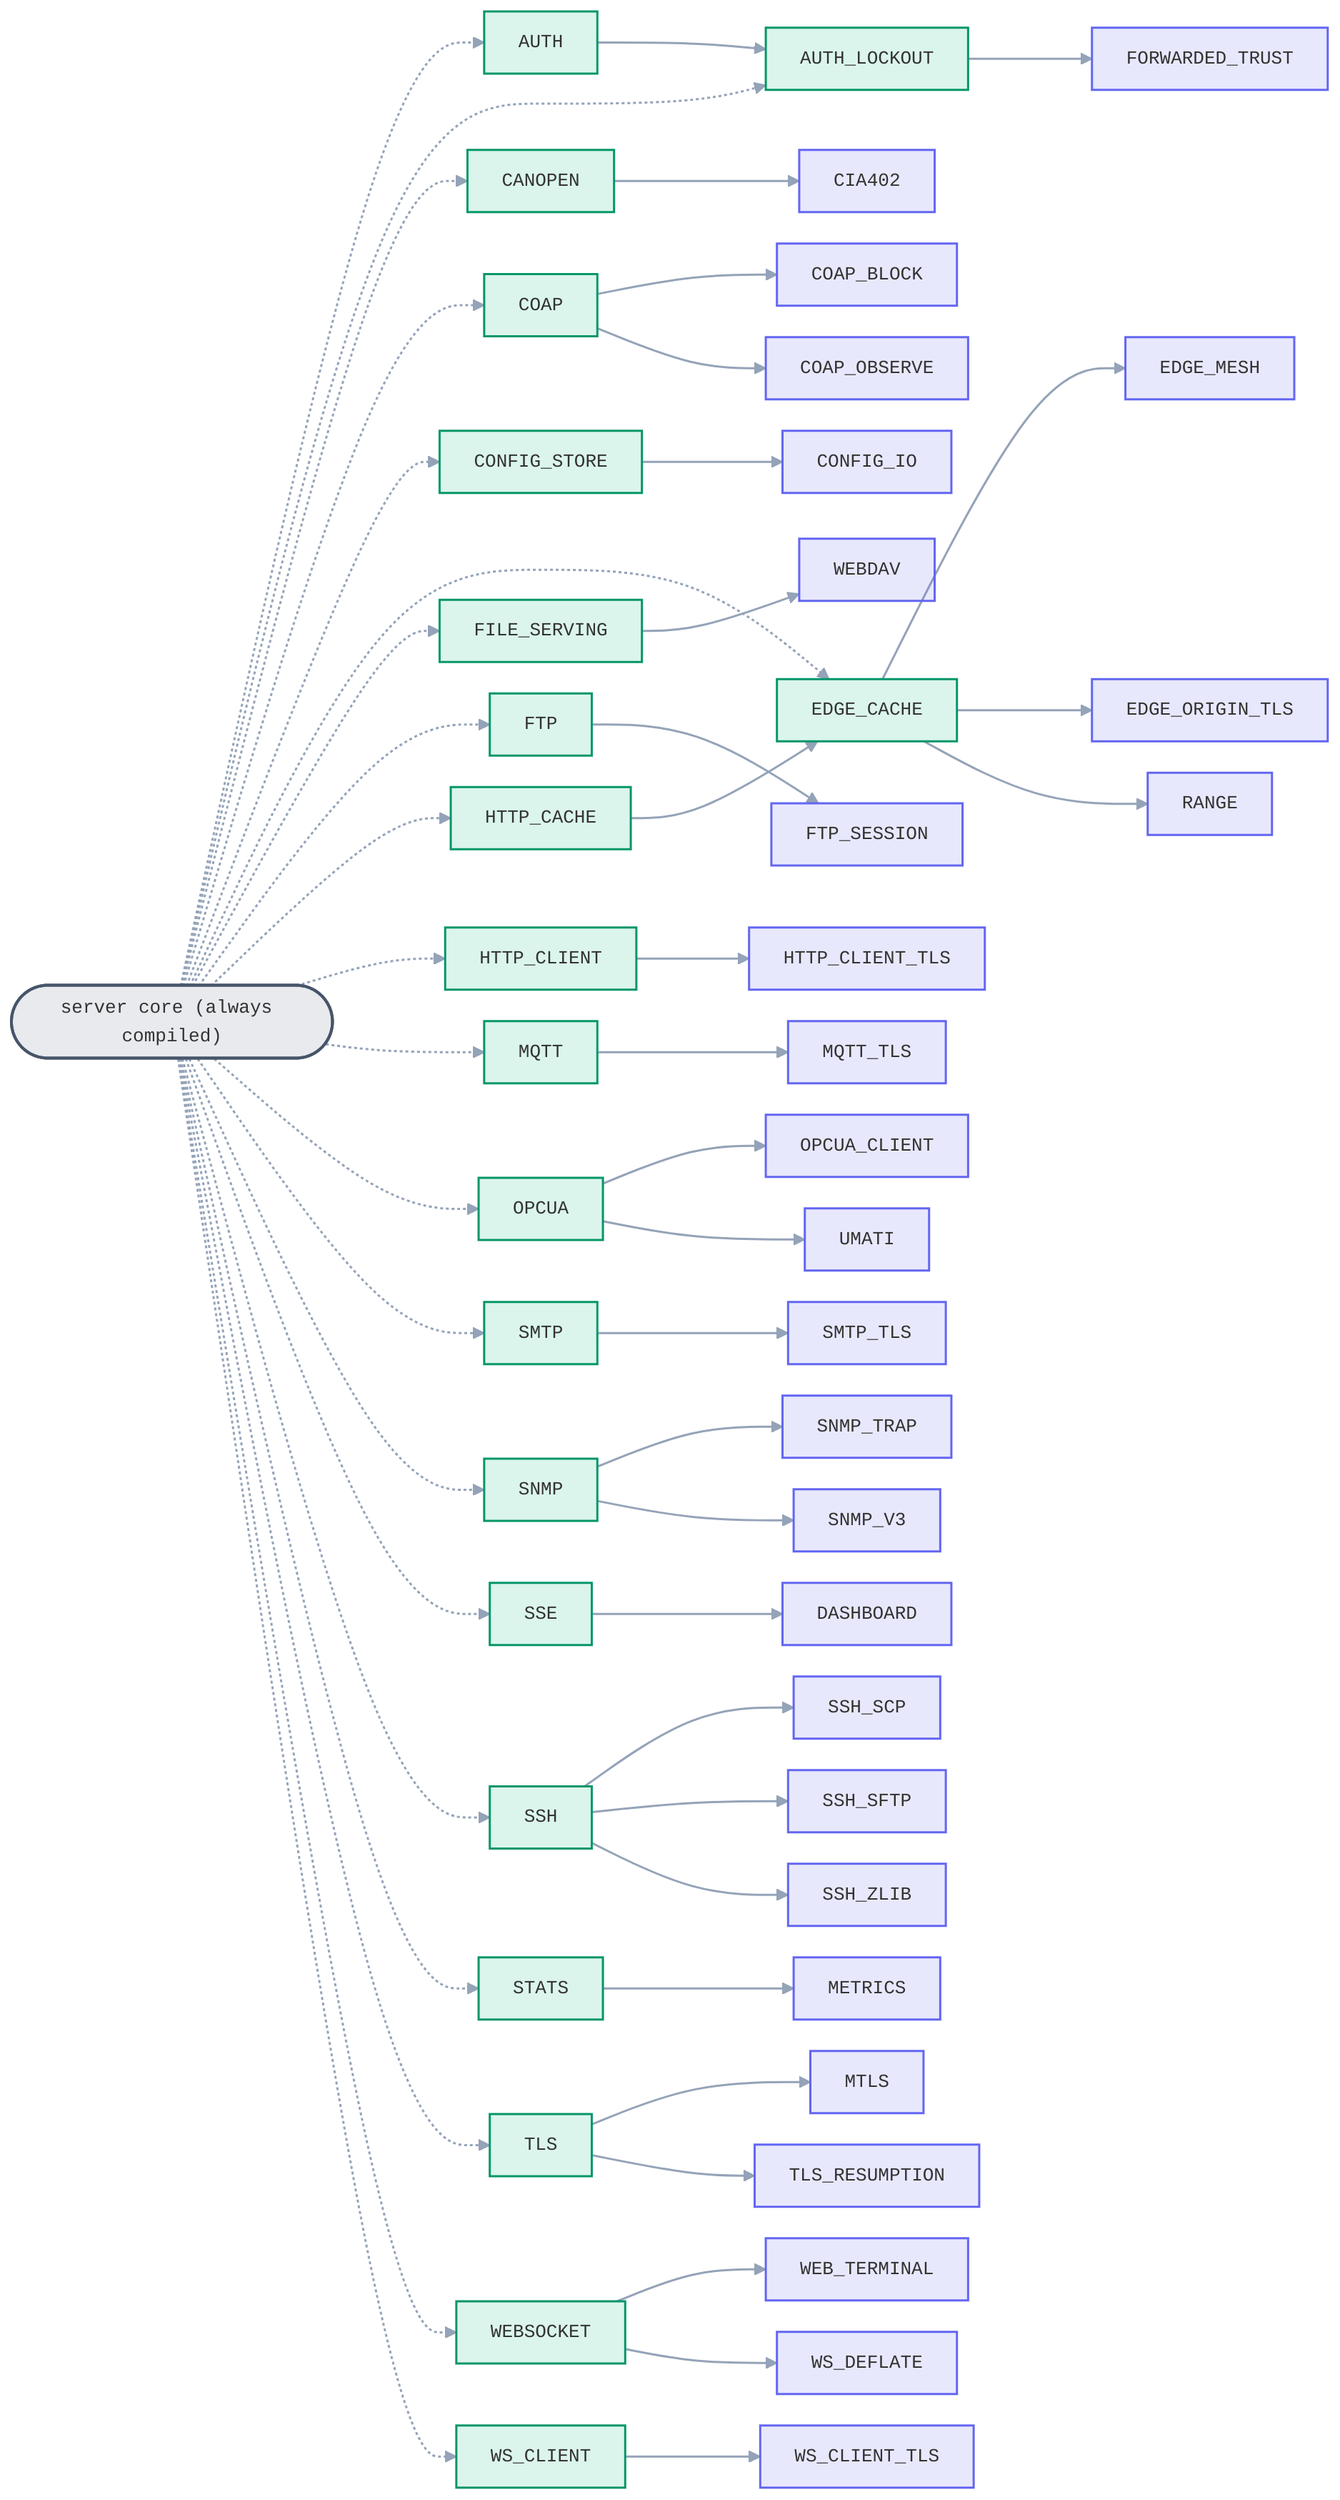
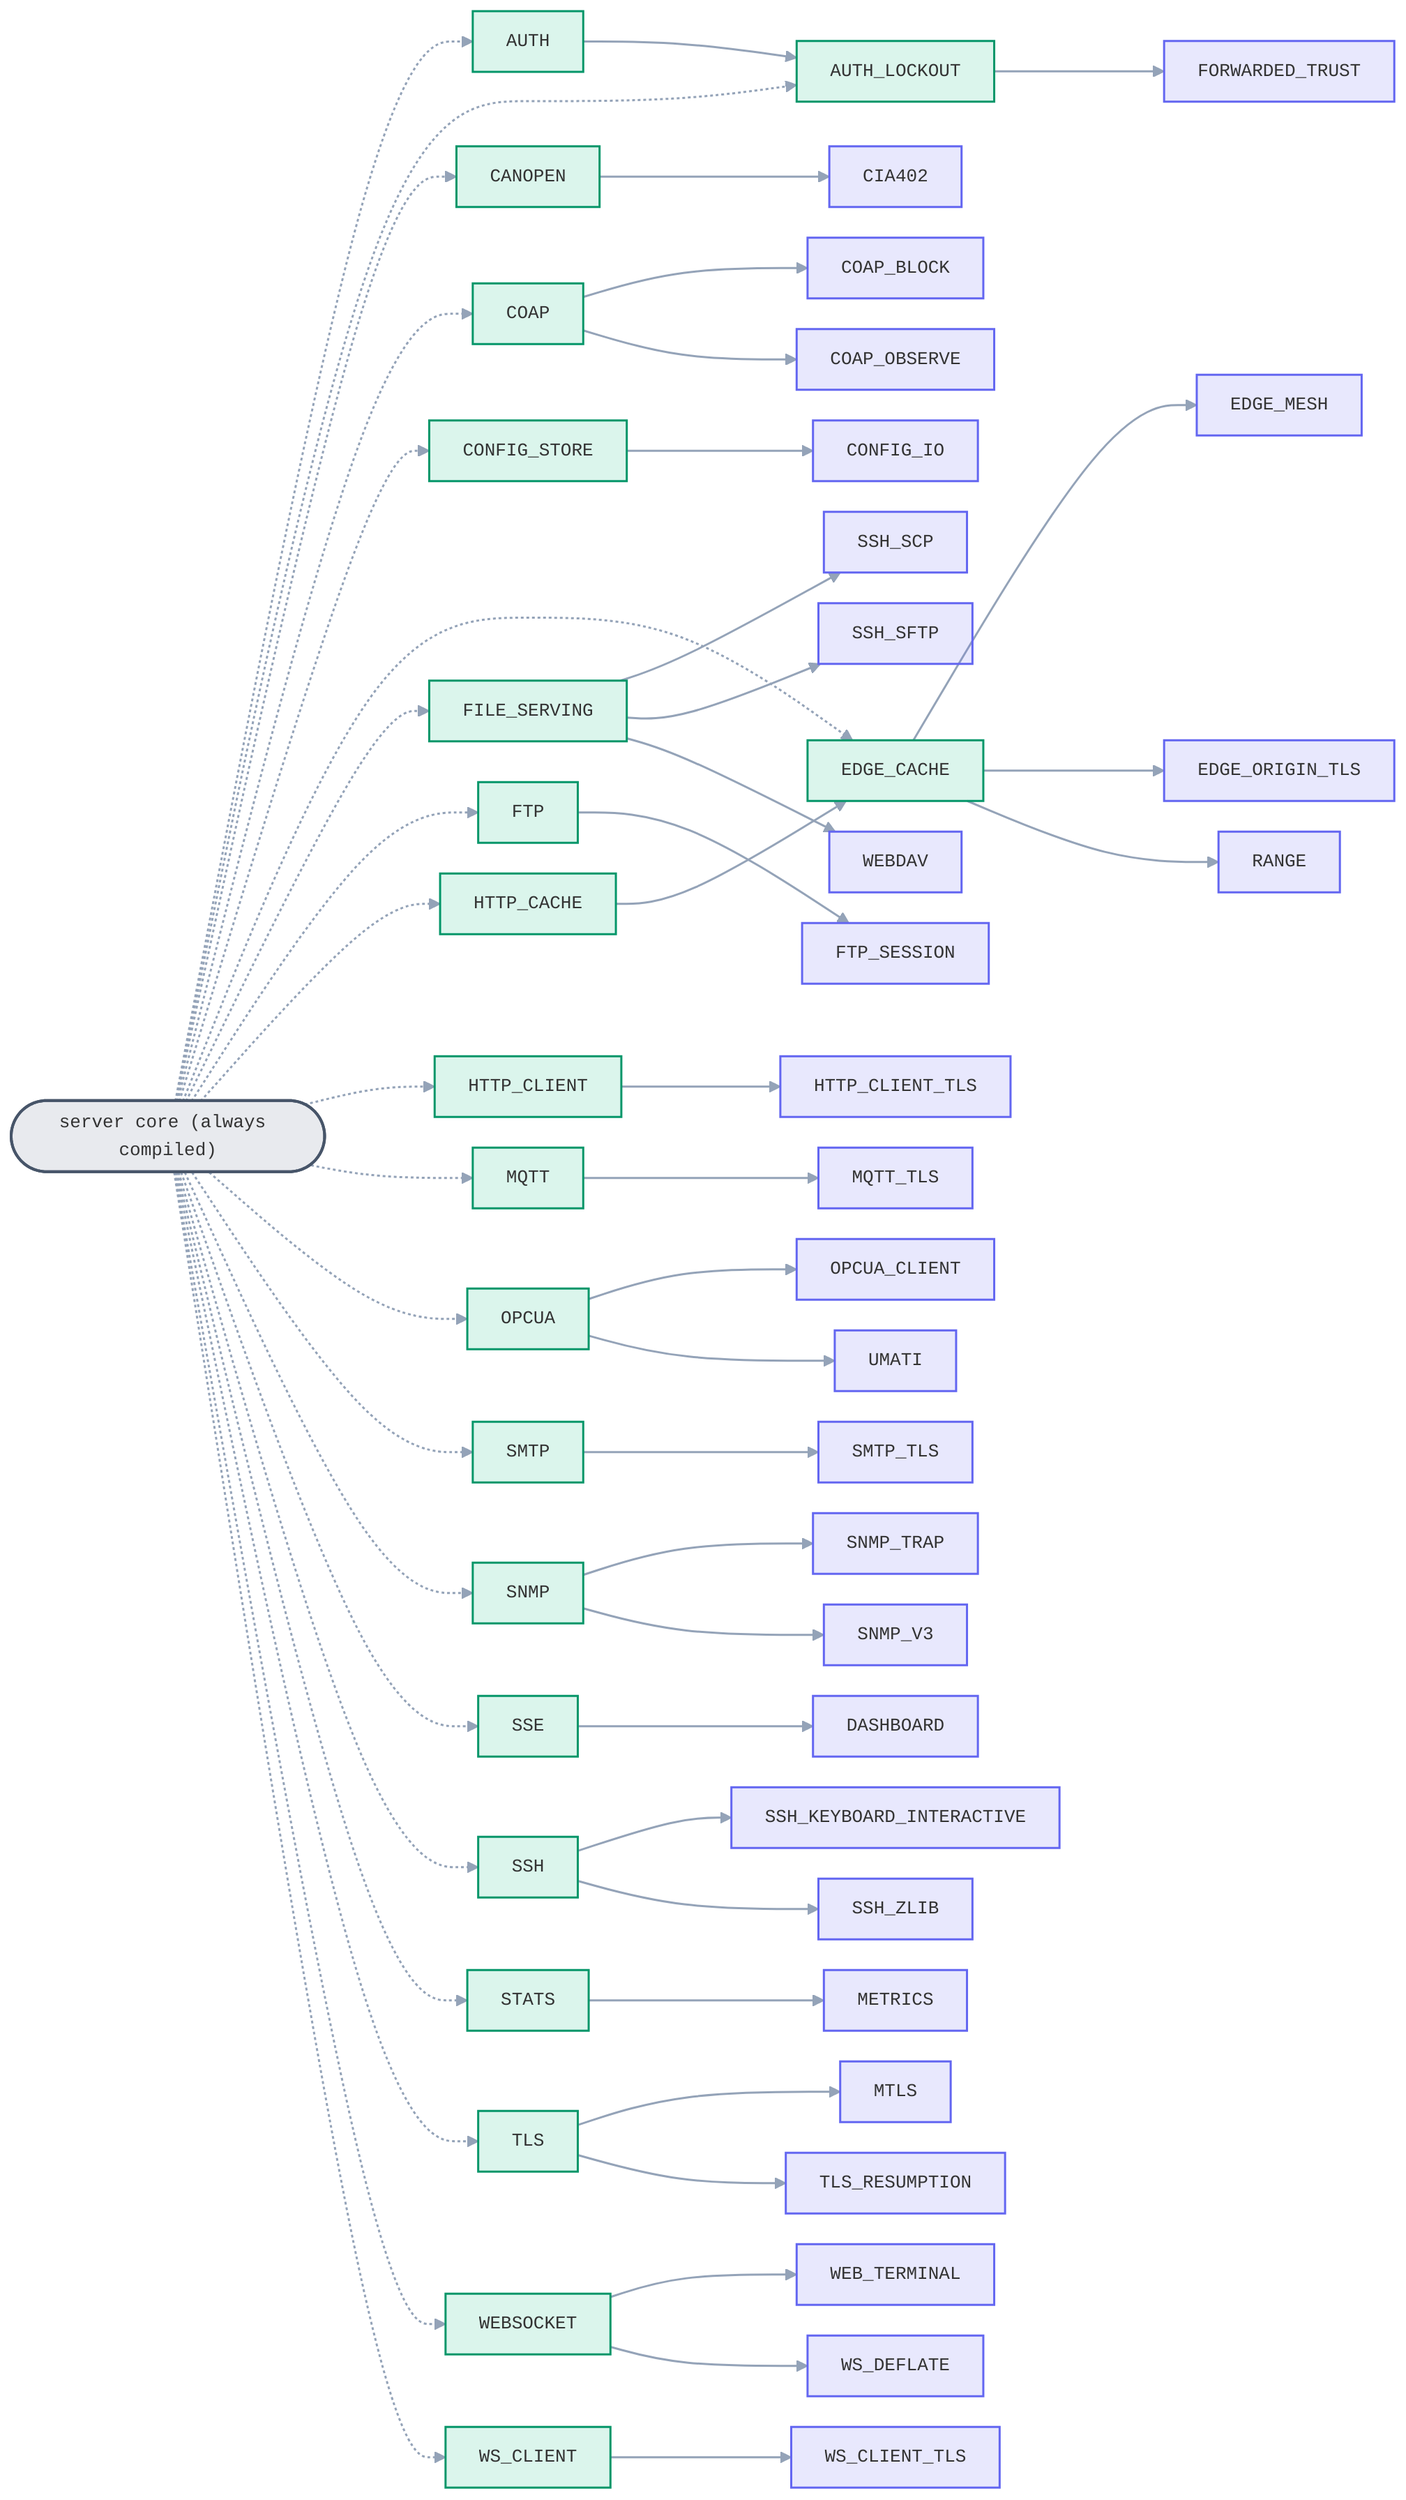
%%{init: {'themeVariables':{'fontFamily':'monospace','fontSize':'13px','lineColor':'#94a3b8'},'flowchart':{'htmlLabels':false,'curve':'basis','nodeSpacing':22,'rankSpacing':75,'padding':12,'useMaxWidth':false}}}%%
flowchart LR
  %% Optional feature families hang off the always-compiled core (dotted = optional, NOT
  %% a dependency); within a family a solid A --> B means B requires A (a hard #error).
  %% Auto-generated from the #error / #if guards in src/ServerConfig.h.

  CORE(["server core (always compiled)"])
  AUTH["AUTH"]
  AUTH_LOCKOUT["AUTH_LOCKOUT"]
  CANOPEN["CANOPEN"]
  COAP["COAP"]
  CONFIG_STORE["CONFIG_STORE"]
  EDGE_CACHE["EDGE_CACHE"]
  FILE_SERVING["FILE_SERVING"]
  FTP["FTP"]
  HTTP_CACHE["HTTP_CACHE"]
  HTTP_CLIENT["HTTP_CLIENT"]
  MQTT["MQTT"]
  OPCUA["OPCUA"]
  SMTP["SMTP"]
  SNMP["SNMP"]
  SSE["SSE"]
  SSH["SSH"]
  STATS["STATS"]
  TLS["TLS"]
  WEBSOCKET["WEBSOCKET"]
  WS_CLIENT["WS_CLIENT"]
  CIA402["CIA402"]
  COAP_BLOCK["COAP_BLOCK"]
  COAP_OBSERVE["COAP_OBSERVE"]
  CONFIG_IO["CONFIG_IO"]
  DASHBOARD["DASHBOARD"]
  EDGE_MESH["EDGE_MESH"]
  EDGE_ORIGIN_TLS["EDGE_ORIGIN_TLS"]
  FORWARDED_TRUST["FORWARDED_TRUST"]
  FTP_SESSION["FTP_SESSION"]
  HTTP_CLIENT_TLS["HTTP_CLIENT_TLS"]
  METRICS["METRICS"]
  MQTT_TLS["MQTT_TLS"]
  MTLS["MTLS"]
  OPCUA_CLIENT["OPCUA_CLIENT"]
  RANGE["RANGE"]
  SMTP_TLS["SMTP_TLS"]
  SNMP_TRAP["SNMP_TRAP"]
  SNMP_V3["SNMP_V3"]
+   SSH_KEYBOARD_INTERACTIVE["SSH_KEYBOARD_INTERACTIVE"]
  SSH_SCP["SSH_SCP"]
  SSH_SFTP["SSH_SFTP"]
  SSH_ZLIB["SSH_ZLIB"]
  TLS_RESUMPTION["TLS_RESUMPTION"]
  UMATI["UMATI"]
  WEBDAV["WEBDAV"]
  WEB_TERMINAL["WEB_TERMINAL"]
  WS_CLIENT_TLS["WS_CLIENT_TLS"]
  WS_DEFLATE["WS_DEFLATE"]

  CORE -.-> AUTH
  CORE -.-> AUTH_LOCKOUT
  CORE -.-> CANOPEN
  CORE -.-> COAP
  CORE -.-> CONFIG_STORE
  CORE -.-> EDGE_CACHE
  CORE -.-> FILE_SERVING
  CORE -.-> FTP
  CORE -.-> HTTP_CACHE
  CORE -.-> HTTP_CLIENT
  CORE -.-> MQTT
  CORE -.-> OPCUA
  CORE -.-> SMTP
  CORE -.-> SNMP
  CORE -.-> SSE
  CORE -.-> SSH
  CORE -.-> STATS
  CORE -.-> TLS
  CORE -.-> WEBSOCKET
  CORE -.-> WS_CLIENT

  AUTH --> AUTH_LOCKOUT
  AUTH_LOCKOUT --> FORWARDED_TRUST
  CANOPEN --> CIA402
  COAP --> COAP_BLOCK
  COAP --> COAP_OBSERVE
  CONFIG_STORE --> CONFIG_IO
  EDGE_CACHE --> EDGE_MESH
  EDGE_CACHE --> EDGE_ORIGIN_TLS
  EDGE_CACHE --> RANGE
+   FILE_SERVING --> SSH_SCP
+   FILE_SERVING --> SSH_SFTP
  FILE_SERVING --> WEBDAV
  FTP --> FTP_SESSION
  HTTP_CACHE --> EDGE_CACHE
  HTTP_CLIENT --> HTTP_CLIENT_TLS
  MQTT --> MQTT_TLS
  OPCUA --> OPCUA_CLIENT
  OPCUA --> UMATI
  SMTP --> SMTP_TLS
  SNMP --> SNMP_TRAP
  SNMP --> SNMP_V3
  SSE --> DASHBOARD
-   SSH --> SSH_SCP
-   SSH --> SSH_SFTP
+   SSH --> SSH_KEYBOARD_INTERACTIVE
  SSH --> SSH_ZLIB
  STATS --> METRICS
  TLS --> MTLS
  TLS --> TLS_RESUMPTION
  WEBSOCKET --> WEB_TERMINAL
  WEBSOCKET --> WS_DEFLATE
  WS_CLIENT --> WS_CLIENT_TLS

  class CORE core;
  class AUTH,AUTH_LOCKOUT,CANOPEN,COAP,CONFIG_STORE,EDGE_CACHE,FILE_SERVING,FTP,HTTP_CACHE,HTTP_CLIENT,MQTT,OPCUA,SMTP,SNMP,SSE,SSH,STATS,TLS,WEBSOCKET,WS_CLIENT parent;
-   class CIA402,COAP_BLOCK,COAP_OBSERVE,CONFIG_IO,DASHBOARD,EDGE_MESH,EDGE_ORIGIN_TLS,FORWARDED_TRUST,FTP_SESSION,HTTP_CLIENT_TLS,METRICS,MQTT_TLS,MTLS,OPCUA_CLIENT,RANGE,SMTP_TLS,SNMP_TRAP,SNMP_V3,SSH_SCP,SSH_SFTP,SSH_ZLIB,TLS_RESUMPTION,UMATI,WEBDAV,WEB_TERMINAL,WS_CLIENT_TLS,WS_DEFLATE child;
+   class CIA402,COAP_BLOCK,COAP_OBSERVE,CONFIG_IO,DASHBOARD,EDGE_MESH,EDGE_ORIGIN_TLS,FORWARDED_TRUST,FTP_SESSION,HTTP_CLIENT_TLS,METRICS,MQTT_TLS,MTLS,OPCUA_CLIENT,RANGE,SMTP_TLS,SNMP_TRAP,SNMP_V3,SSH_KEYBOARD_INTERACTIVE,SSH_SCP,SSH_SFTP,SSH_ZLIB,TLS_RESUMPTION,UMATI,WEBDAV,WEB_TERMINAL,WS_CLIENT_TLS,WS_DEFLATE child;
  classDef core fill:#64748b26,stroke:#475569,stroke-width:2px;
  classDef parent fill:#10b98126,stroke:#059669,stroke-width:1.5px;
  classDef child fill:#6366f126,stroke:#6366f1,stroke-width:1.5px;
  linkStyle default stroke-width:1.5px;
